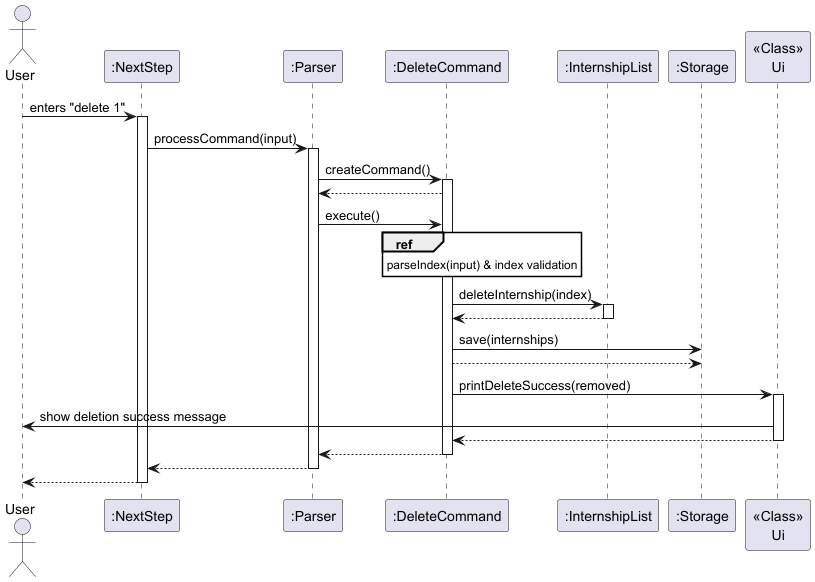
This is docs/images/deleteCommandSequence.png from xyanjun02/tp, a PlantUML export, as it was before one commit.
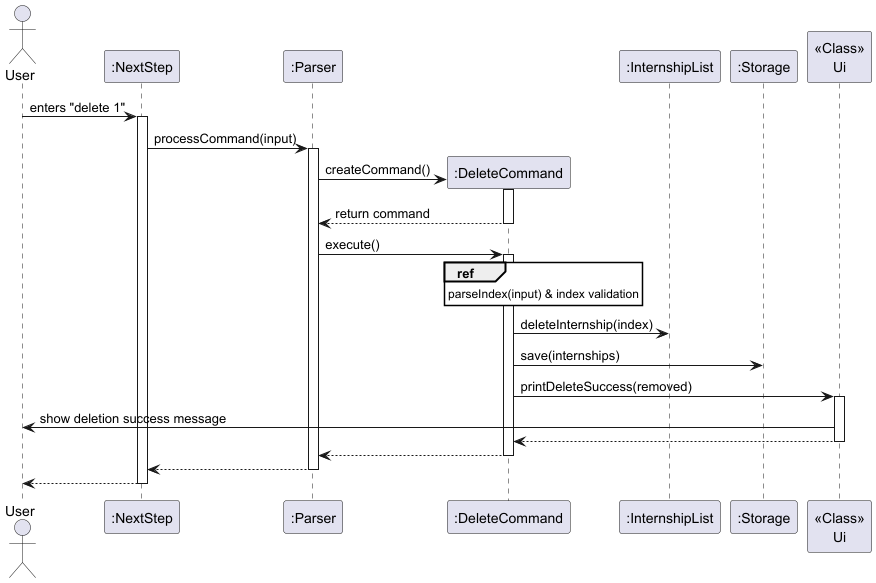
Above is the later version.

The edit, as a diff of the source:
```diff
@@ -14,23 +14,23 @@
 NextStep -> Parser : processCommand(input)
 activate Parser
 
+create DeleteCommand
 Parser -> DeleteCommand : createCommand()
 activate DeleteCommand
-DeleteCommand --> Parser
+DeleteCommand --> Parser : return command
+deactivate DeleteCommand
 
 Parser -> DeleteCommand : execute()
+activate DeleteCommand
 
 ref over DeleteCommand
   parseIndex(input) & index validation
 end ref
 
 DeleteCommand -> InternshipList : deleteInternship(index)
-activate InternshipList
-InternshipList --> DeleteCommand
-deactivate InternshipList
+
 
 DeleteCommand -> Storage : save(internships)
-DeleteCommand --> Storage
 
 DeleteCommand -> Ui : printDeleteSuccess(removed)
 activate Ui
```
